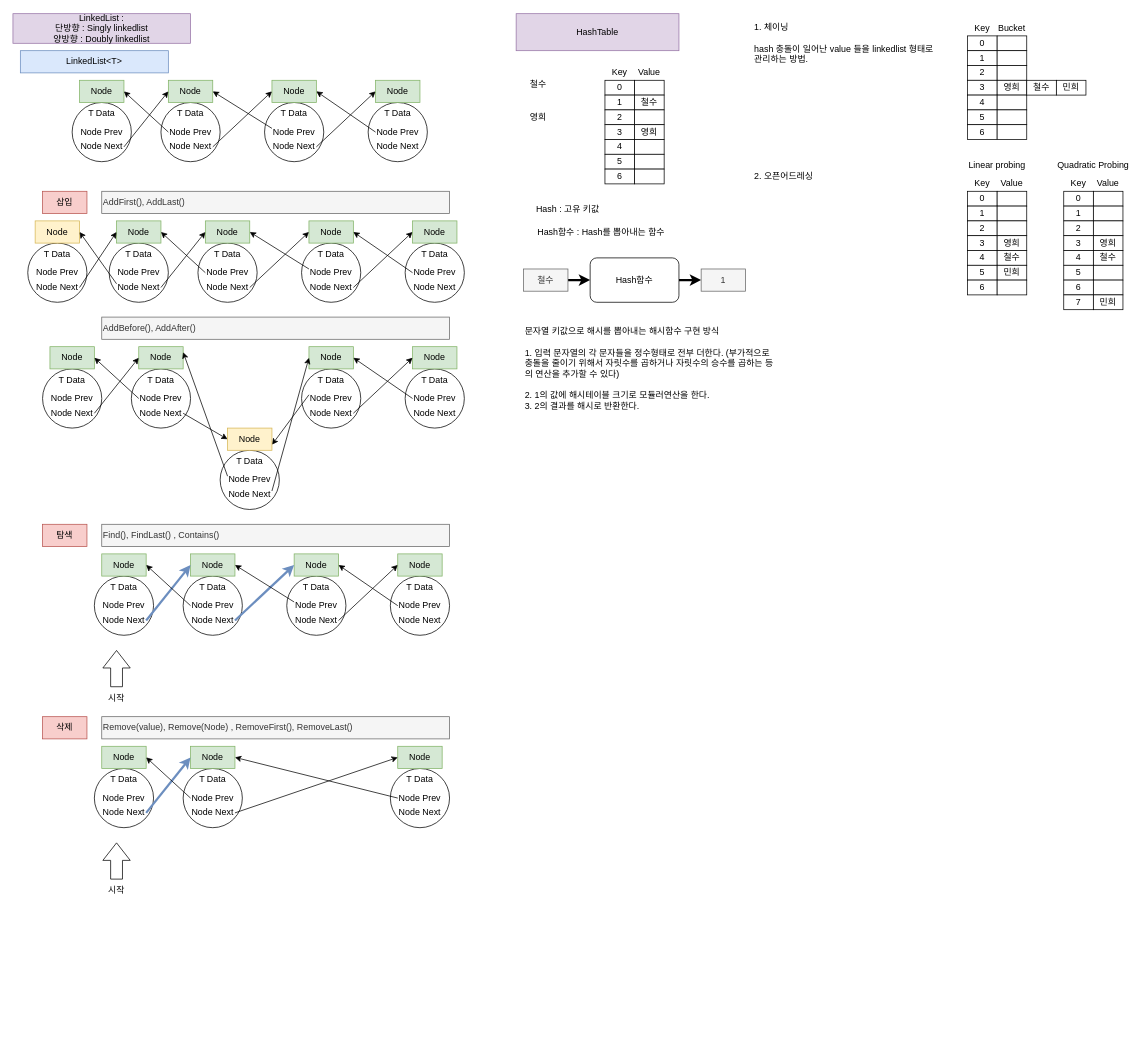
Earlier version of the draw.io diagram Collections.drawio (luke-youngmin-cho/UnityEngineBasic_4th). Source tidied: cells renumbered, new cells numbered last; positions are measured from the earlier drawing's top-left corner, leaving out a move shared by most shapes. Both pictures are drawn from the tidied source at 74%, with x=0, y=0 at pixel (13, 13).
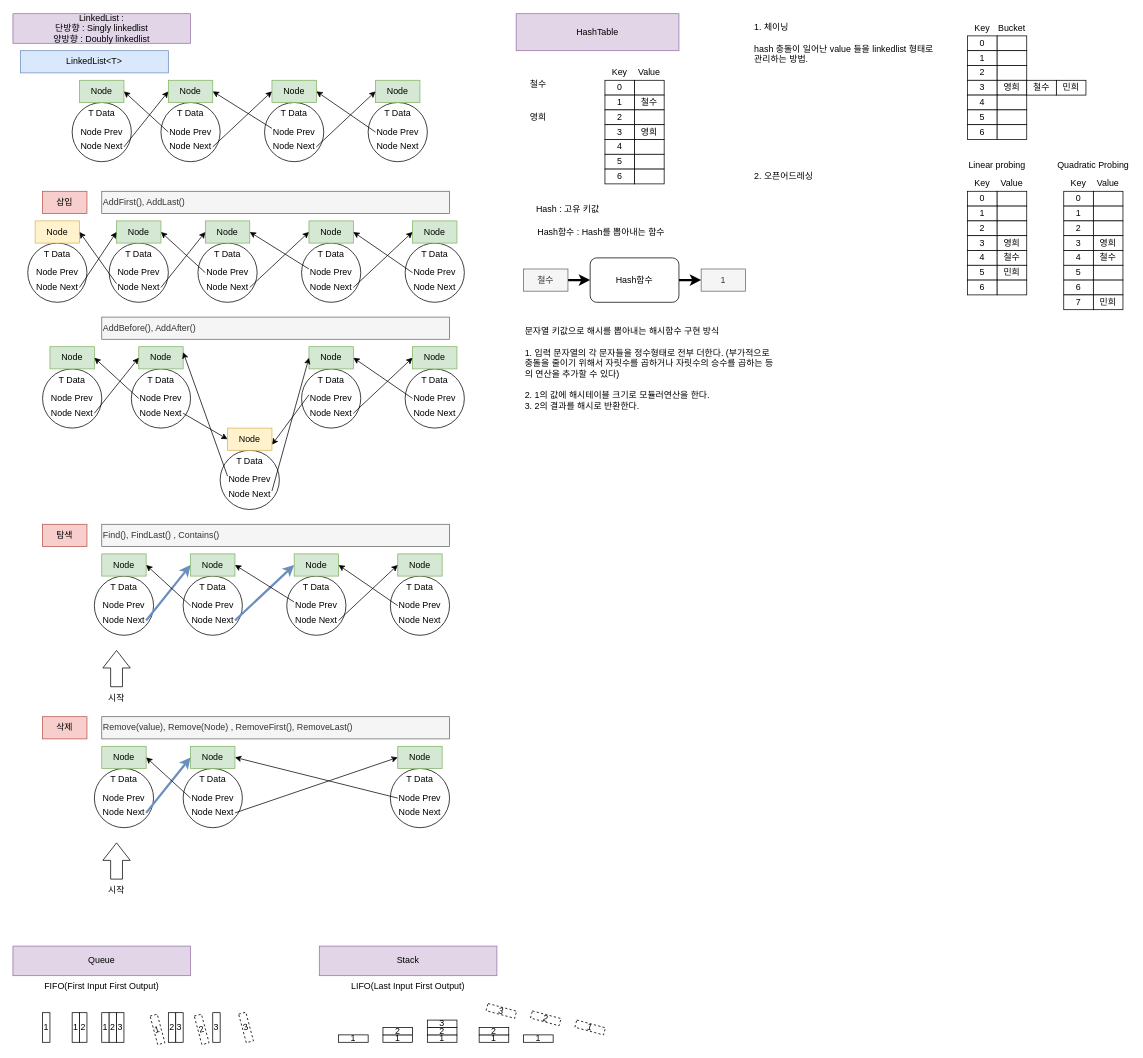
After the change.

Change to the diagram source:
```diff
@@
+    <mxCell id="234" value="Queue" style="text;html=1;strokeColor=#9673a6;fillColor=#e1d5e7;align=center;verticalAlign=middle;whiteSpace=wrap;rounded=0;" parent="1" vertex="1">
+      <mxGeometry y="1260" width="240" height="40" as="geometry" />
+    </mxCell>
+    <mxCell id="235" value="1" style="rounded=0;whiteSpace=wrap;html=1;" parent="1" vertex="1">
+      <mxGeometry x="40" y="1350" width="10" height="40" as="geometry" />
+    </mxCell>
+    <mxCell id="236" value="1" style="rounded=0;whiteSpace=wrap;html=1;" parent="1" vertex="1">
+      <mxGeometry x="80" y="1350" width="10" height="40" as="geometry" />
+    </mxCell>
+    <mxCell id="237" value="2" style="rounded=0;whiteSpace=wrap;html=1;" parent="1" vertex="1">
+      <mxGeometry x="90" y="1350" width="10" height="40" as="geometry" />
+    </mxCell>
+    <mxCell id="238" value="1" style="rounded=0;whiteSpace=wrap;html=1;" parent="1" vertex="1">
+      <mxGeometry x="120" y="1350" width="10" height="40" as="geometry" />
+    </mxCell>
+    <mxCell id="239" value="2" style="rounded=0;whiteSpace=wrap;html=1;" parent="1" vertex="1">
+      <mxGeometry x="130" y="1350" width="10" height="40" as="geometry" />
+    </mxCell>
+    <mxCell id="240" value="3" style="rounded=0;whiteSpace=wrap;html=1;" parent="1" vertex="1">
+      <mxGeometry x="140" y="1350" width="10" height="40" as="geometry" />
+    </mxCell>
+    <mxCell id="241" value="1" style="rounded=0;whiteSpace=wrap;html=1;rotation=-15;dashed=1;" parent="1" vertex="1">
+      <mxGeometry x="190.3" y="1352.6" width="10" height="40" as="geometry" />
+    </mxCell>
+    <mxCell id="242" value="2" style="rounded=0;whiteSpace=wrap;html=1;" parent="1" vertex="1">
+      <mxGeometry x="210" y="1350" width="10" height="40" as="geometry" />
+    </mxCell>
+    <mxCell id="243" value="3" style="rounded=0;whiteSpace=wrap;html=1;" parent="1" vertex="1">
+      <mxGeometry x="220" y="1350" width="10" height="40" as="geometry" />
+    </mxCell>
+    <mxCell id="244" value="2" style="rounded=0;whiteSpace=wrap;html=1;rotation=-15;dashed=1;" parent="1" vertex="1">
+      <mxGeometry x="250" y="1352.6" width="10" height="40" as="geometry" />
+    </mxCell>
+    <mxCell id="245" value="3" style="rounded=0;whiteSpace=wrap;html=1;" parent="1" vertex="1">
+      <mxGeometry x="270" y="1350" width="10" height="40" as="geometry" />
+    </mxCell>
+    <mxCell id="246" value="3" style="rounded=0;whiteSpace=wrap;html=1;rotation=-15;dashed=1;" parent="1" vertex="1">
+      <mxGeometry x="310" y="1350" width="10" height="40" as="geometry" />
+    </mxCell>
+    <mxCell id="247" value="Stack" style="text;html=1;strokeColor=#9673a6;fillColor=#e1d5e7;align=center;verticalAlign=middle;whiteSpace=wrap;rounded=0;" parent="1" vertex="1">
+      <mxGeometry x="414" y="1260" width="240" height="40" as="geometry" />
+    </mxCell>
+    <mxCell id="248" value="1" style="rounded=0;whiteSpace=wrap;html=1;" parent="1" vertex="1">
+      <mxGeometry x="440" y="1380" width="40" height="10" as="geometry" />
+    </mxCell>
+    <mxCell id="249" value="1" style="rounded=0;whiteSpace=wrap;html=1;" parent="1" vertex="1">
+      <mxGeometry x="500" y="1380" width="40" height="10" as="geometry" />
+    </mxCell>
+    <mxCell id="250" value="2" style="rounded=0;whiteSpace=wrap;html=1;" parent="1" vertex="1">
+      <mxGeometry x="500" y="1370" width="40" height="10" as="geometry" />
+    </mxCell>
+    <mxCell id="251" value="1" style="rounded=0;whiteSpace=wrap;html=1;" parent="1" vertex="1">
+      <mxGeometry x="560" y="1380" width="40" height="10" as="geometry" />
+    </mxCell>
+    <mxCell id="252" value="2" style="rounded=0;whiteSpace=wrap;html=1;" parent="1" vertex="1">
+      <mxGeometry x="560" y="1370" width="40" height="10" as="geometry" />
+    </mxCell>
+    <mxCell id="253" value="3" style="rounded=0;whiteSpace=wrap;html=1;" parent="1" vertex="1">
+      <mxGeometry x="560" y="1360" width="40" height="10" as="geometry" />
+    </mxCell>
+    <mxCell id="254" value="1" style="rounded=0;whiteSpace=wrap;html=1;" parent="1" vertex="1">
+      <mxGeometry x="630" y="1380" width="40" height="10" as="geometry" />
+    </mxCell>
+    <mxCell id="255" value="2" style="rounded=0;whiteSpace=wrap;html=1;" parent="1" vertex="1">
+      <mxGeometry x="630" y="1370" width="40" height="10" as="geometry" />
+    </mxCell>
+    <mxCell id="256" value="3" style="rounded=0;whiteSpace=wrap;html=1;rotation=15;dashed=1;" parent="1" vertex="1">
+      <mxGeometry x="640" y="1342.6" width="40" height="10" as="geometry" />
+    </mxCell>
+    <mxCell id="257" value="1" style="rounded=0;whiteSpace=wrap;html=1;" parent="1" vertex="1">
+      <mxGeometry x="690" y="1380" width="40" height="10" as="geometry" />
+    </mxCell>
+    <mxCell id="258" value="2" style="rounded=0;whiteSpace=wrap;html=1;rotation=15;dashed=1;" parent="1" vertex="1">
+      <mxGeometry x="700" y="1352.6" width="40" height="10" as="geometry" />
+    </mxCell>
+    <mxCell id="259" value="1" style="rounded=0;whiteSpace=wrap;html=1;rotation=15;dashed=1;" parent="1" vertex="1">
+      <mxGeometry x="760" y="1365" width="40" height="10" as="geometry" />
+    </mxCell>
+    <mxCell id="260" value="FIFO(First Input First Output)" style="text;html=1;strokeColor=none;fillColor=none;align=center;verticalAlign=middle;whiteSpace=wrap;rounded=0;dashed=1;" parent="1" vertex="1">
+      <mxGeometry y="1300" width="240" height="30" as="geometry" />
+    </mxCell>
+    <mxCell id="261" value="LIFO(Last Input First Output)" style="text;html=1;strokeColor=none;fillColor=none;align=center;verticalAlign=middle;whiteSpace=wrap;rounded=0;dashed=1;" parent="1" vertex="1">
+      <mxGeometry x="414" y="1300" width="240" height="30" as="geometry" />
+    </mxCell>
```
